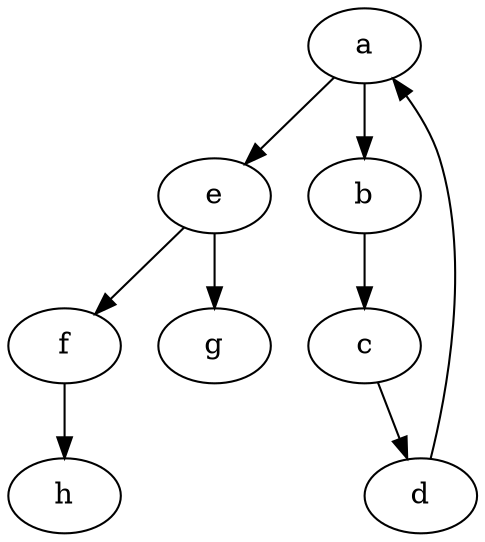
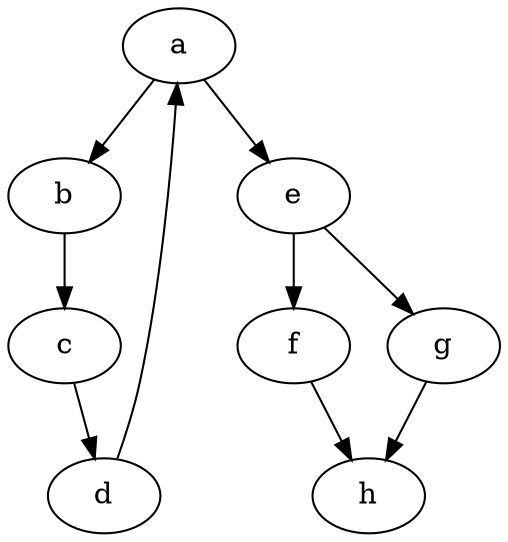
strict digraph G {
  1 [ label="a" ];
  2 [ label="b" ];
  3 [ label="c" ];
  4 [ label="d" ];
  5 [ label="e" ];
  6 [ label="f" ];
  7 [ label="g" ];
  8 [ label="h" ];
  1 -> 2;
  2 -> 3;
  3 -> 4;
  4 -> 1;
  1 -> 5;
  5 -> 6;
  5 -> 7;
  6 -> 8;
+   7 -> 8;
}
